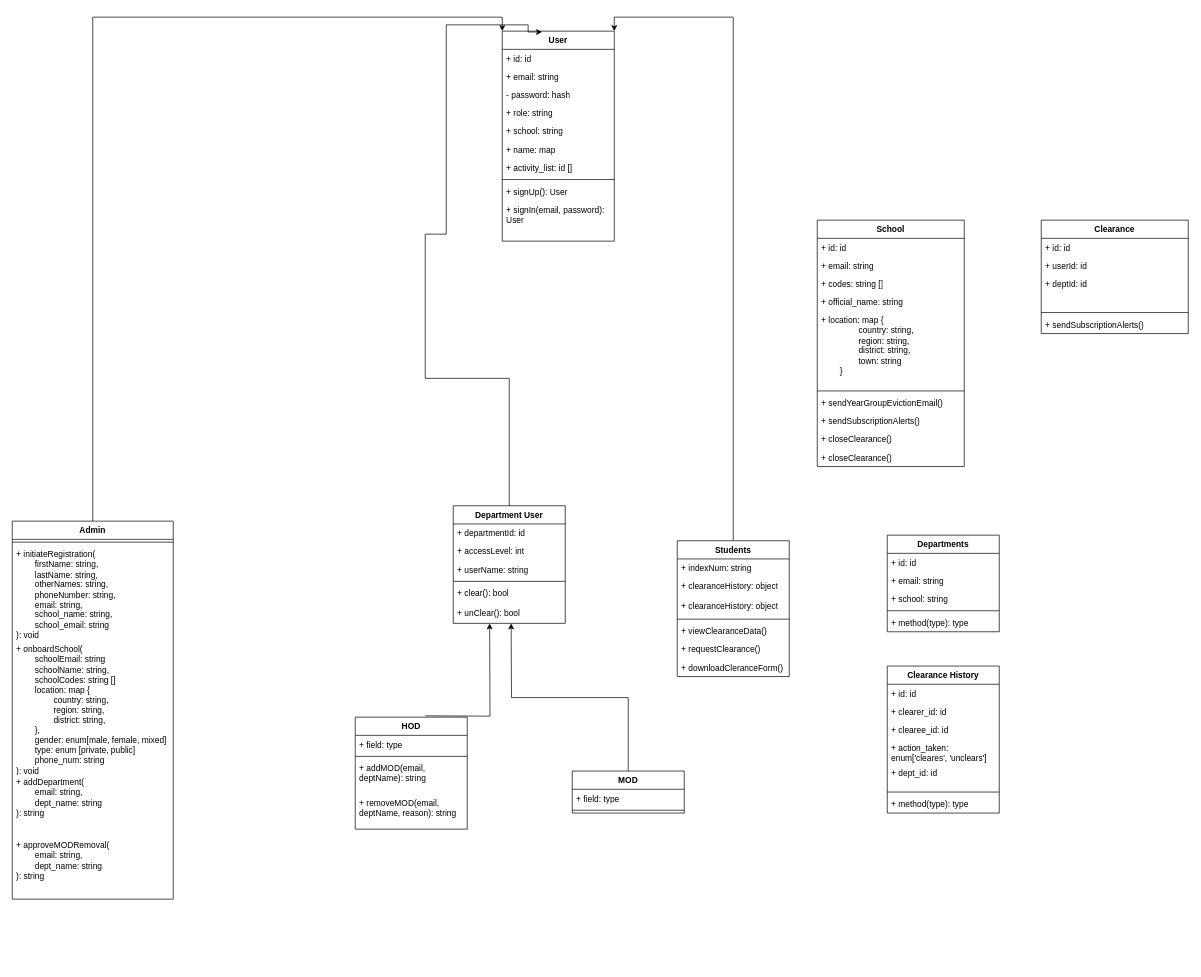
Reneboa-ITS/diagrams keeps this draw.io diagram as page "class diagramsssss" (2 of 2) of clearappuml.drawio. Above is the earlier version. Source tidied: cells renumbered, new cells numbered last; positions are measured from the earlier drawing's top-left corner, leaving out a move shared by most shapes. Both pictures are drawn from the tidied source at 70%, with x=0, y=0 at pixel (12, 24).
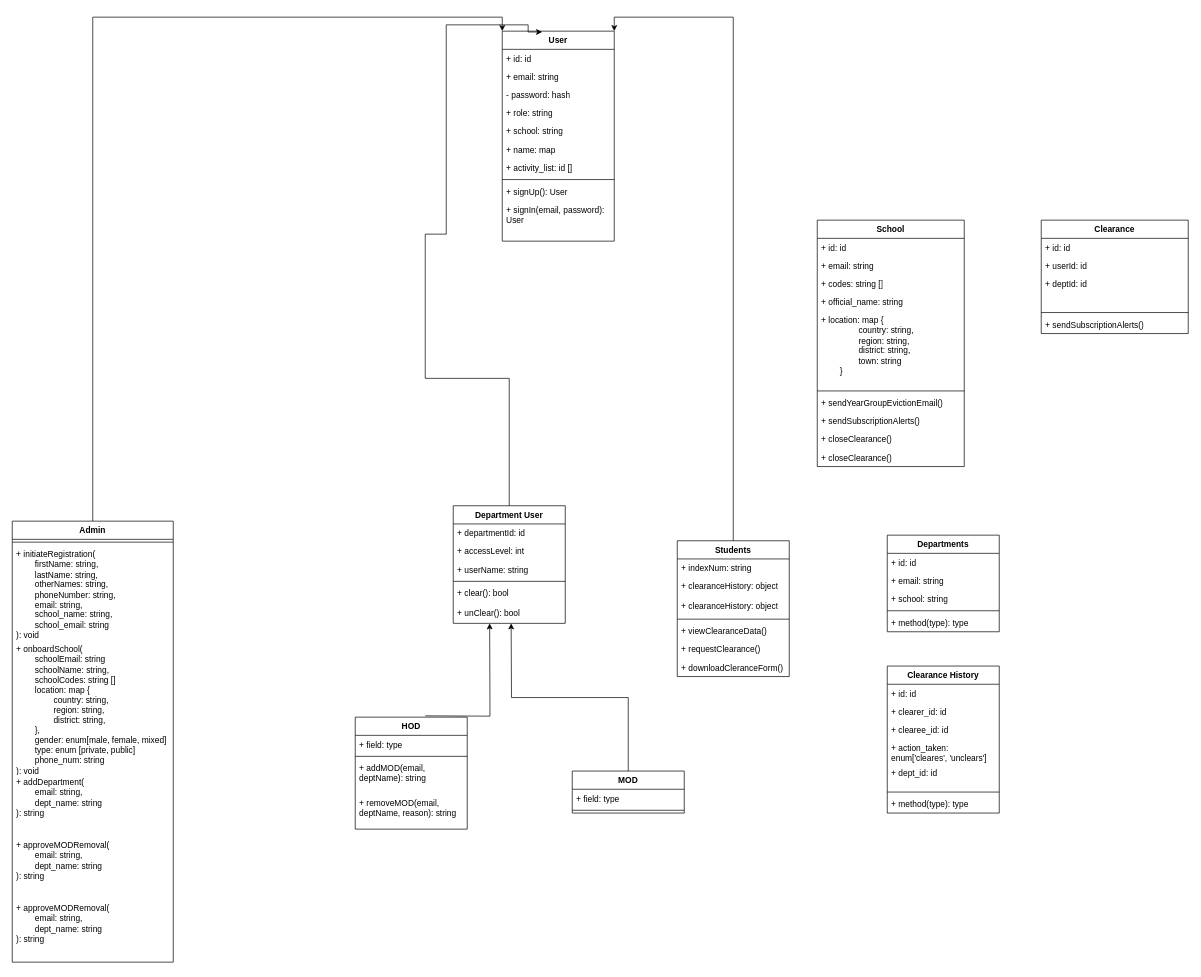
The same diagram, later.

What changed in the source:
```diff
@@
     <mxCell id="13" value="Admin" style="swimlane;fontStyle=1;align=center;verticalAlign=top;horizontal=1;startSize=26;whiteSpace=wrap;html=1;" parent="1" vertex="1">
-      <mxGeometry y="709" width="230" height="540" as="geometry" />
+      <mxGeometry y="709" width="230" height="630" as="geometry" />
     </mxCell>
@@
+    <mxCell id="79" value="+ approveMODRemoval(&amp;nbsp;&lt;div&gt;&lt;div&gt;&amp;nbsp;&lt;span style=&quot;white-space: pre;&quot;&gt;&#9;&lt;/span&gt;email: string,&amp;nbsp;&lt;/div&gt;&lt;div&gt;&lt;span style=&quot;white-space: pre;&quot;&gt;&#9;&lt;/span&gt;dept_name: string&lt;/div&gt;&lt;div&gt;): string&lt;/div&gt;&lt;/div&gt;" style="text;strokeColor=none;fillColor=none;align=left;verticalAlign=top;spacingLeft=4;spacingRight=4;overflow=hidden;whiteSpace=wrap;html=1;" parent="13" vertex="1">
+      <mxGeometry y="540" width="230" height="90" as="geometry" />
+    </mxCell>
```
